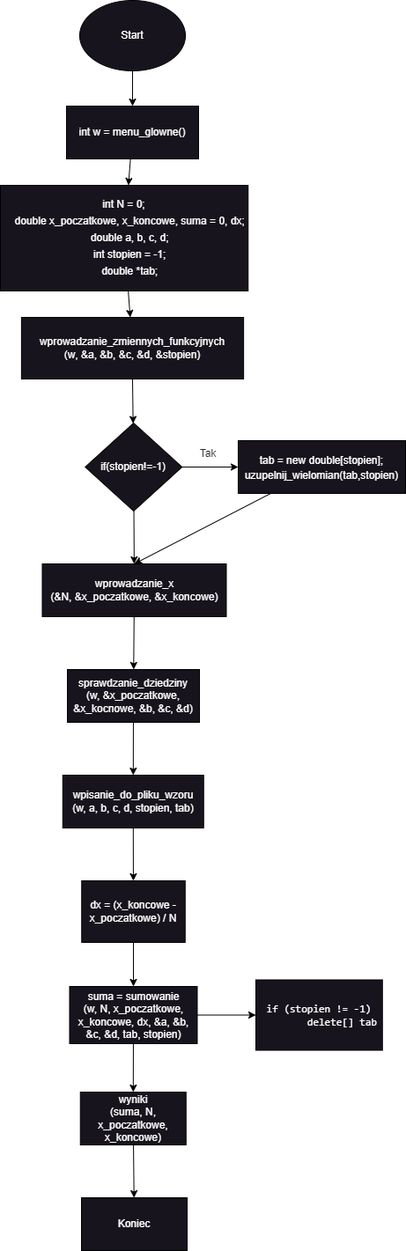
This is Schemat_blokowy.png from an4xdev/PodstawyProgramowaniaProjektCalkaMetodaTrapezow, a draw.io export, as it was before one commit. Source tidied: cells renumbered, new cells last; positions are measured from the earlier drawing's top-left corner, leaving out a move shared by most shapes.
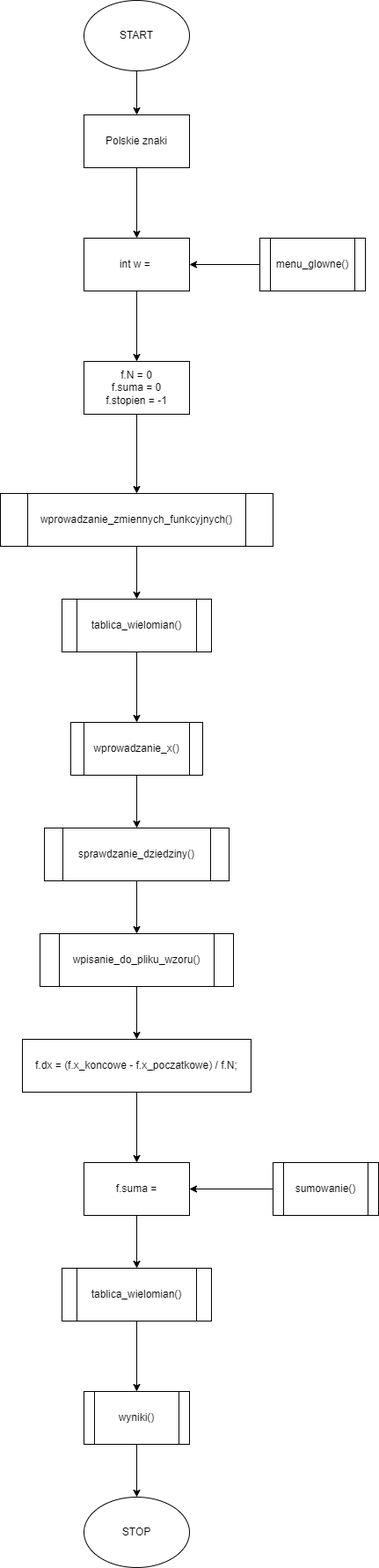
Above is the later version.

The edit, as a diff of the source:
```diff
@@ -1,93 +1,99 @@
-<mxGraphModel background="#ffffff" shadow="1">
+<mxGraphModel background="#FFFFFF">
   <root>
     <mxCell id="0" />
     <mxCell id="1" parent="0" />
+    <mxCell id="5" style="edgeStyle=none;html=1;" parent="1" edge="1" source="31" target="3">
+      <mxGeometry relative="1" as="geometry" />
+    </mxCell>
+    <mxCell id="31" value="START" style="ellipse;whiteSpace=wrap;html=1;" parent="1" vertex="1">
+      <mxGeometry x="240" y="30" width="120" height="80" as="geometry" />
+    </mxCell>
+    <mxCell id="32" style="edgeStyle=none;html=1;" parent="1" edge="1" source="3" target="2">
+      <mxGeometry relative="1" as="geometry" />
+    </mxCell>
+    <mxCell id="3" value="Polskie znaki" style="rounded=0;whiteSpace=wrap;html=1;" parent="1" vertex="1">
+      <mxGeometry x="240" y="160" width="120" height="60" as="geometry" />
+    </mxCell>
+    <mxCell id="6" style="edgeStyle=none;html=1;" parent="1" edge="1" source="2" target="35">
+      <mxGeometry relative="1" as="geometry" />
+    </mxCell>
-    <mxCell id="2" style="edgeStyle=none;html=1;" parent="1" edge="1" source="3" target="5">
-      <mxGeometry relative="1" as="geometry" />
+    <mxCell id="2" value="int w =&amp;nbsp;" style="rounded=0;whiteSpace=wrap;html=1;" parent="1" vertex="1">
+      <mxGeometry x="240" y="300" width="120" height="60" as="geometry" />
     </mxCell>
-    <mxCell id="3" value="&lt;font color=&quot;#ffffff&quot;&gt;Start&lt;/font&gt;" style="ellipse;whiteSpace=wrap;html=1;fillColor=#18141D;" parent="1" vertex="1">
-      <mxGeometry x="90" width="120" height="80" as="geometry" />
-    </mxCell>
-    <mxCell id="4" style="edgeStyle=none;html=1;" parent="1" edge="1" source="5" target="29">
-      <mxGeometry relative="1" as="geometry" />
-    </mxCell>
-    <mxCell id="5" value="&lt;font color=&quot;#ffffff&quot;&gt;int w = menu_glowne()&lt;/font&gt;" style="whiteSpace=wrap;html=1;fillColor=#18141D;" parent="1" vertex="1">
-      <mxGeometry x="75" y="120" width="150" height="60" as="geometry" />
-    </mxCell>
-    <mxCell id="6" style="edgeStyle=none;html=1;exitX=0.5;exitY=1;exitDx=0;exitDy=0;fontFamily=Helvetica;fontSize=12;fontColor=#FFFFFF;" parent="1" edge="1" source="7" target="10">
-      <mxGeometry relative="1" as="geometry" />
-    </mxCell>
-    <mxCell id="7" value="&lt;font color=&quot;#ffffff&quot;&gt;wprowadzanie_zmiennych_funkcyjnych&lt;br&gt;(&lt;font style=&quot;font-size: 12px&quot;&gt;&lt;span&gt;w&lt;/span&gt;, &amp;amp;&lt;span&gt;a&lt;/span&gt;, &amp;amp;&lt;span&gt;b&lt;/span&gt;, &amp;amp;&lt;span&gt;c&lt;/span&gt;, &amp;amp;&lt;span&gt;d&lt;/span&gt;, &amp;amp;&lt;span&gt;stopien&lt;/span&gt;&lt;span&gt;)&lt;/span&gt;&lt;/font&gt;&lt;/font&gt;" style="whiteSpace=wrap;html=1;fillColor=#18141D;" parent="1" vertex="1">
-      <mxGeometry x="23.9" y="360" width="252.2" height="70" as="geometry" />
-    </mxCell>
+    <mxCell id="33" style="edgeStyle=none;html=1;" parent="1" edge="1" source="34" target="2">
+      <mxGeometry relative="1" as="geometry" />
+    </mxCell>
+    <mxCell id="34" value="menu_glowne()" style="shape=process;whiteSpace=wrap;html=1;backgroundOutline=1;rounded=0;" parent="1" vertex="1">
+      <mxGeometry x="440" y="300" width="120" height="60" as="geometry" />
+    </mxCell>
-    <mxCell id="8" style="edgeStyle=none;html=1;fontFamily=Helvetica;fontSize=12;fontColor=#FFFFFF;" parent="1" edge="1" source="10" target="12">
+    <mxCell id="8" style="edgeStyle=none;html=1;" parent="1" edge="1" source="35" target="12">
       <mxGeometry relative="1" as="geometry" />
     </mxCell>
+    <mxCell id="35" value="f.N = 0&lt;br&gt;f.suma = 0&lt;br&gt;f.stopien = -1" style="whiteSpace=wrap;html=1;rounded=0;" parent="1" vertex="1">
+      <mxGeometry x="240" y="440" width="120" height="60" as="geometry" />
+    </mxCell>
+    <mxCell id="13" style="edgeStyle=none;html=1;" parent="1" edge="1" source="12" target="36">
+      <mxGeometry relative="1" as="geometry" />
+    </mxCell>
+    <mxCell id="12" value="wprowadzanie_zmiennych_funkcyjnych()" style="shape=process;whiteSpace=wrap;html=1;backgroundOutline=1;rounded=0;" parent="1" vertex="1">
+      <mxGeometry x="145" y="590" width="310" height="60" as="geometry" />
+    </mxCell>
-    <mxCell id="9" style="edgeStyle=none;html=1;fontFamily=Helvetica;fontSize=12;fontColor=#FFFFFF;" parent="1" edge="1" source="10" target="15">
+    <mxCell id="9" style="edgeStyle=none;html=1;" parent="1" edge="1" source="36" target="15">
       <mxGeometry relative="1" as="geometry" />
     </mxCell>
-    <mxCell id="10" value="&lt;font color=&quot;#ffffff&quot;&gt;if(stopien!=-1)&lt;/font&gt;" style="rhombus;whiteSpace=wrap;html=1;fillColor=#18141D;" parent="1" vertex="1">
-      <mxGeometry x="96.2" y="480" width="110" height="100" as="geometry" />
-    </mxCell>
-    <mxCell id="11" style="edgeStyle=none;html=1;entryX=0.5;entryY=0;entryDx=0;entryDy=0;" parent="1" edge="1" source="12" target="15">
-      <mxGeometry relative="1" as="geometry" />
-    </mxCell>
-    <mxCell id="12" value="&lt;div style=&quot;line-height: 19px;&quot;&gt;&lt;font color=&quot;#ffffff&quot; style=&quot;font-size: 12px;&quot;&gt;tab = new double[stopien];&lt;/font&gt;&lt;/div&gt;&lt;font color=&quot;#ffffff&quot; style=&quot;font-size: 12px;&quot;&gt;uzupelnij_wielomian(tab,stopien)&lt;/font&gt;" style="whiteSpace=wrap;html=1;fillColor=#18141D;color:#FFFFFF;" parent="1" vertex="1">
-      <mxGeometry x="270" y="500" width="190" height="60" as="geometry" />
-    </mxCell>
-    <mxCell id="13" value="&lt;font color=&quot;#2a2a2a&quot;&gt;Tak&lt;/font&gt;" style="text;html=1;align=center;verticalAlign=middle;whiteSpace=wrap;rounded=0;labelBackgroundColor=none;fontFamily=Helvetica;fontSize=12;" parent="1" vertex="1">
-      <mxGeometry x="206.2" y="500" width="60" height="30" as="geometry" />
-    </mxCell>
+    <mxCell id="36" value="tablica_wielomian()" style="shape=process;whiteSpace=wrap;html=1;backgroundOutline=1;rounded=0;" parent="1" vertex="1">
+      <mxGeometry x="215" y="710" width="170" height="60" as="geometry" />
+    </mxCell>
-    <mxCell id="14" style="edgeStyle=none;html=1;fontFamily=Helvetica;fontSize=12;fontColor=#FFFFFF;" parent="1" edge="1" source="15" target="17">
+    <mxCell id="14" style="edgeStyle=none;html=1;" parent="1" edge="1" source="15" target="17">
       <mxGeometry relative="1" as="geometry" />
     </mxCell>
-    <mxCell id="15" value="&lt;font color=&quot;#ffffff&quot;&gt;wprowadzanie_x&lt;br&gt;(&amp;amp;N, &amp;amp;x_poczatkowe, &amp;amp;x_koncowe)&lt;/font&gt;" style="whiteSpace=wrap;html=1;fillColor=#18141D;" parent="1" vertex="1">
-      <mxGeometry x="47.5" y="640" width="209" height="60" as="geometry" />
+    <mxCell id="15" value="wprowadzanie_x()" style="shape=process;whiteSpace=wrap;html=1;backgroundOutline=1;rounded=0;" parent="1" vertex="1">
+      <mxGeometry x="225" y="850" width="150" height="60" as="geometry" />
     </mxCell>
-    <mxCell id="16" style="edgeStyle=none;html=1;fontFamily=Helvetica;fontSize=12;fontColor=#FFFFFF;" parent="1" edge="1" source="17" target="19">
+    <mxCell id="16" style="edgeStyle=none;html=1;" parent="1" edge="1" source="17" target="19">
       <mxGeometry relative="1" as="geometry" />
     </mxCell>
-    <mxCell id="17" value="&lt;font color=&quot;#ffffff&quot;&gt;sprawdzanie_dziedziny&lt;br&gt;(w, &amp;amp;x_poczatkowe, &amp;amp;x_kocnowe, &amp;amp;b, &amp;amp;c, &amp;amp;d)&lt;/font&gt;" style="whiteSpace=wrap;html=1;fillColor=#18141D;" parent="1" vertex="1">
-      <mxGeometry x="76" y="760" width="150" height="60" as="geometry" />
+    <mxCell id="17" value="sprawdzanie_dziedziny()" style="shape=process;whiteSpace=wrap;html=1;backgroundOutline=1;rounded=0;" parent="1" vertex="1">
+      <mxGeometry x="195" y="970" width="210" height="60" as="geometry" />
     </mxCell>
-    <mxCell id="18" style="edgeStyle=none;html=1;fontFamily=Helvetica;fontSize=12;fontColor=#FFFFFF;" parent="1" edge="1" source="19" target="21">
+    <mxCell id="18" style="edgeStyle=none;html=1;" parent="1" edge="1" source="19" target="21">
       <mxGeometry relative="1" as="geometry" />
     </mxCell>
-    <mxCell id="19" value="&lt;font color=&quot;#ffffff&quot;&gt;wpisanie_do_pliku_wzoru&lt;br&gt;(w, a, b, c, d, stopien, tab)&lt;/font&gt;" style="whiteSpace=wrap;html=1;fillColor=#18141D;" parent="1" vertex="1">
-      <mxGeometry x="70.8" y="880" width="160" height="60" as="geometry" />
+    <mxCell id="19" value="wpisanie_do_pliku_wzoru()" style="shape=process;whiteSpace=wrap;html=1;backgroundOutline=1;rounded=0;" parent="1" vertex="1">
+      <mxGeometry x="190" y="1090" width="220" height="60" as="geometry" />
     </mxCell>
-    <mxCell id="20" style="edgeStyle=none;html=1;fontFamily=Helvetica;fontSize=12;fontColor=#FFFFFF;" parent="1" edge="1" source="21" target="24">
+    <mxCell id="20" style="edgeStyle=none;html=1;" parent="1" edge="1" source="21" target="24">
       <mxGeometry relative="1" as="geometry" />
     </mxCell>
-    <mxCell id="21" value="&lt;font color=&quot;#ffffff&quot;&gt;dx = (x_koncowe - x_poczatkowe) / N&lt;/font&gt;" style="whiteSpace=wrap;html=1;fillColor=#18141D;" parent="1" vertex="1">
-      <mxGeometry x="92.2" y="1000" width="117.5" height="70" as="geometry" />
+    <mxCell id="21" value="f.dx = (f.x_koncowe - f.x_poczatkowe) / f.N;" style="whiteSpace=wrap;html=1;rounded=0;" parent="1" vertex="1">
+      <mxGeometry x="170" y="1210" width="260" height="60" as="geometry" />
     </mxCell>
+    <mxCell id="37" style="edgeStyle=none;html=1;" parent="1" edge="1" source="24" target="38">
+      <mxGeometry relative="1" as="geometry" />
+    </mxCell>
+    <mxCell id="24" value="f.suma =" style="whiteSpace=wrap;html=1;rounded=0;" parent="1" vertex="1">
+      <mxGeometry x="240" y="1350" width="120" height="60" as="geometry" />
+    </mxCell>
-    <mxCell id="22" style="edgeStyle=none;html=1;fontFamily=Helvetica;fontSize=12;fontColor=#FFFFFF;" parent="1" edge="1" source="24" target="26">
+    <mxCell id="22" style="edgeStyle=none;html=1;" parent="1" edge="1" source="26" target="24">
       <mxGeometry relative="1" as="geometry" />
     </mxCell>
-    <mxCell id="23" style="edgeStyle=none;html=1;fontFamily=Helvetica;fontSize=12;fontColor=#FFFFFF;" parent="1" edge="1" source="24" target="30">
-      <mxGeometry relative="1" as="geometry" />
-    </mxCell>
-    <mxCell id="24" value="&lt;font color=&quot;#ffffff&quot;&gt;&lt;span&gt;suma = sumowanie&lt;/span&gt;&lt;br&gt;&lt;span&gt;(w, N, x_poczatkowe, x_koncowe, dx, &amp;amp;a, &amp;amp;b, &amp;amp;c, &amp;amp;d, tab, stopien)&lt;/span&gt;&lt;/font&gt;" style="whiteSpace=wrap;html=1;fillColor=#18141D;" parent="1" vertex="1">
-      <mxGeometry x="78.5" y="1120" width="145" height="65" as="geometry" />
-    </mxCell>
-    <mxCell id="25" style="edgeStyle=none;html=1;fontFamily=Helvetica;fontSize=12;fontColor=#FFFFFF;" parent="1" edge="1" source="26" target="27">
-      <mxGeometry relative="1" as="geometry" />
-    </mxCell>
-    <mxCell id="26" value="&lt;font color=&quot;#ffffff&quot;&gt;wyniki&lt;br&gt;(suma, N, x_poczatkowe, x_koncowe)&lt;/font&gt;" style="whiteSpace=wrap;html=1;fillColor=#18141D;" parent="1" vertex="1">
-      <mxGeometry x="90.8" y="1240" width="120" height="60" as="geometry" />
+    <mxCell id="26" value="sumowanie()" style="shape=process;whiteSpace=wrap;html=1;backgroundOutline=1;" parent="1" vertex="1">
+      <mxGeometry x="455" y="1350" width="120" height="60" as="geometry" />
     </mxCell>
-    <mxCell id="27" value="&lt;font color=&quot;#ffffff&quot;&gt;Koniec&lt;/font&gt;" style="whiteSpace=wrap;html=1;fillColor=#18141D;" parent="1" vertex="1">
-      <mxGeometry x="92" y="1360" width="120" height="60" as="geometry" />
+    <mxCell id="27" style="edgeStyle=none;html=1;" parent="1" edge="1" source="38" target="40">
+      <mxGeometry relative="1" as="geometry" />
     </mxCell>
-    <mxCell id="28" style="edgeStyle=none;html=1;fontFamily=Helvetica;fontColor=#FFFFFF;" parent="1" edge="1" source="29" target="7">
-      <mxGeometry relative="1" as="geometry" />
-    </mxCell>
-    <mxCell id="29" value="&lt;div style=&quot;line-height: 19px;&quot;&gt;&lt;div style=&quot;&quot;&gt;&lt;font color=&quot;#ffffff&quot; style=&quot;font-size: 12px;&quot;&gt;int N = 0;&lt;/font&gt;&lt;/div&gt;&lt;div style=&quot;&quot;&gt;&lt;font color=&quot;#ffffff&quot; style=&quot;font-size: 12px;&quot;&gt;&amp;nbsp; &amp;nbsp; double x_poczatkowe, x_koncowe, suma = 0, dx;&lt;/font&gt;&lt;/div&gt;&lt;div style=&quot;&quot;&gt;&lt;font color=&quot;#ffffff&quot; style=&quot;font-size: 12px;&quot;&gt;&amp;nbsp; &amp;nbsp; double a, b, c, d;&lt;/font&gt;&lt;/div&gt;&lt;div style=&quot;&quot;&gt;&lt;font color=&quot;#ffffff&quot; style=&quot;font-size: 12px;&quot;&gt;&amp;nbsp; &amp;nbsp; int stopien = -1;&lt;/font&gt;&lt;/div&gt;&lt;div style=&quot;&quot;&gt;&lt;font color=&quot;#ffffff&quot; style=&quot;font-size: 12px;&quot;&gt;&amp;nbsp; &amp;nbsp; double *tab;&lt;/font&gt;&lt;/div&gt;&lt;/div&gt;" style="whiteSpace=wrap;html=1;fillColor=#18141D;" parent="1" vertex="1">
-      <mxGeometry y="210" width="281.2" height="120" as="geometry" />
-    </mxCell>
-    <mxCell id="30" value="&lt;div style=&quot;font-family: Consolas, &amp;quot;Courier New&amp;quot;, monospace;&quot;&gt;&lt;font style=&quot;background-color: rgb(24, 20, 29); font-size: 12px;&quot; color=&quot;#ffffff&quot;&gt;if (stopien != -1)&lt;/font&gt;&lt;/div&gt;&lt;div style=&quot;font-family: Consolas, &amp;quot;Courier New&amp;quot;, monospace;&quot;&gt;&lt;font style=&quot;background-color: rgb(24, 20, 29); font-size: 12px;&quot; color=&quot;#ffffff&quot;&gt;&amp;nbsp; &amp;nbsp; &amp;nbsp; &amp;nbsp; delete[] tab&lt;/font&gt;&lt;/div&gt;" style="whiteSpace=wrap;html=1;fillColor=#18141D;" parent="1" vertex="1">
-      <mxGeometry x="290" y="1112.5" width="143.8" height="80" as="geometry" />
-    </mxCell>
+    <mxCell id="38" value="tablica_wielomian()" style="shape=process;whiteSpace=wrap;html=1;backgroundOutline=1;rounded=0;" parent="1" vertex="1">
+      <mxGeometry x="215" y="1470" width="170" height="60" as="geometry" />
+    </mxCell>
+    <mxCell id="39" style="edgeStyle=none;html=1;" parent="1" edge="1" source="40" target="25">
+      <mxGeometry relative="1" as="geometry" />
+    </mxCell>
+    <mxCell id="40" value="wyniki()" style="shape=process;whiteSpace=wrap;html=1;backgroundOutline=1;rounded=0;" parent="1" vertex="1">
+      <mxGeometry x="240" y="1610" width="120" height="60" as="geometry" />
+    </mxCell>
+    <mxCell id="25" value="STOP" style="ellipse;whiteSpace=wrap;html=1;" parent="1" vertex="1">
+      <mxGeometry x="240" y="1730" width="120" height="80" as="geometry" />
+    </mxCell>
   </root>
 </mxGraphModel>
```
